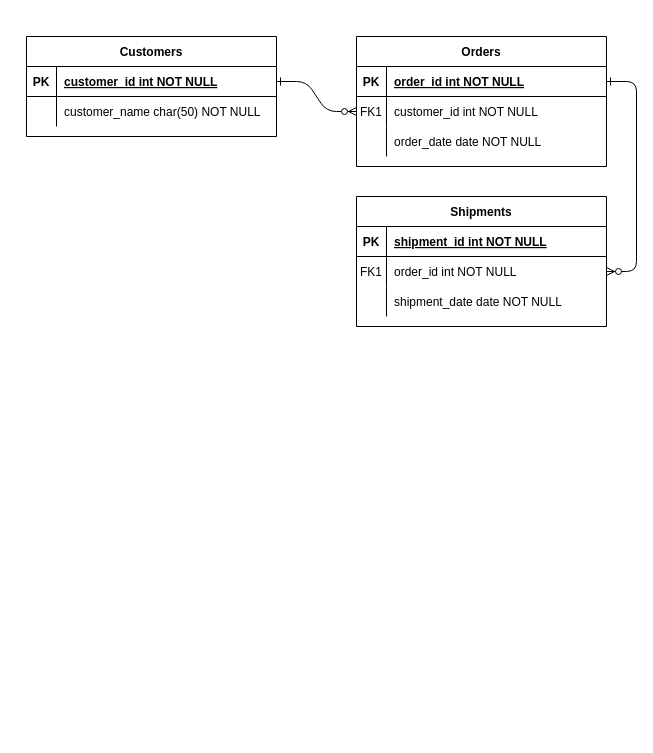
Earlier version of the draw.io diagram juragan-diagram.drawio (nugrahaas/juragan-angkot). Source tidied: cells renumbered, new cells numbered last; positions are measured from the earlier drawing's top-left corner, leaving out a move shared by most shapes. Both pictures are drawn from the tidied source at 100%, with x=0, y=0 at pixel (26, 36).
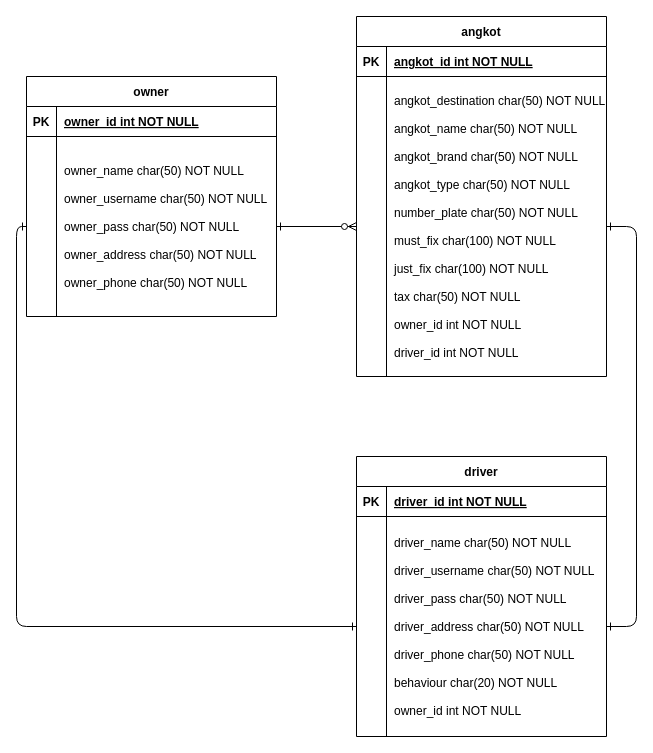
After the change.

The change refers to these unchanged cells:
```xml
<mxCell id="5" style="shape=partialRectangle;fillColor=none;points=[[0,0.5],[1,0.5]];portConstraint=eastwest;top=0;left=0;right=0;bottom=1;" parent="4" vertex="1">
  <mxGeometry y="30" width="250" height="30" as="geometry" />
</mxCell>
<mxCell id="15" style="shape=partialRectangle;fillColor=none;top=0;left=0;right=0;bottom=1;" parent="14" vertex="1">
  <mxGeometry y="30" width="250" height="30" as="geometry" />
</mxCell>
<mxCell id="25" style="shape=partialRectangle;fillColor=none;points=[[0,0.5],[1,0.5]];portConstraint=eastwest;top=0;left=0;right=0;bottom=1;" parent="24" vertex="1">
  <mxGeometry y="30" width="250" height="30" as="geometry" />
</mxCell>
```

What changed in the source:
```diff
@@
-    <mxCell id="2" style="edgeStyle=entityRelationEdgeStyle;endArrow=ERzeroToMany;startArrow=ERone;endFill=1;startFill=0;" parent="1" edge="1" source="25" target="8">
+    <mxCell id="2" style="endArrow=ERzeroToMany;startArrow=ERone;endFill=1;startFill=0;exitX=1;exitY=0.5;exitDx=0;exitDy=0;entryX=0;entryY=0.5;entryDx=0;entryDy=0;" parent="1" edge="1" source="28" target="8">
       <mxGeometry relative="1" as="geometry" />
     </mxCell>
-    <mxCell id="3" style="edgeStyle=entityRelationEdgeStyle;endArrow=ERzeroToMany;startArrow=ERone;endFill=1;startFill=0;" parent="1" edge="1" source="5" target="18">
+    <mxCell id="3" style="edgeStyle=entityRelationEdgeStyle;endArrow=ERone;startArrow=ERone;endFill=0;startFill=0;exitX=1;exitY=0.5;exitDx=0;exitDy=0;entryX=1;entryY=0.5;entryDx=0;entryDy=0;" parent="1" edge="1" source="8" target="18">
       <mxGeometry relative="1" as="geometry" />
     </mxCell>
-    <mxCell id="4" value="Orders" style="shape=table;startSize=30;childLayout=tableLayout;rowLines=0;fontStyle=1;align=center;" parent="1" vertex="1">
-      <mxGeometry x="330" width="250" height="130" as="geometry" />
+    <mxCell id="4" value="angkot" style="shape=table;startSize=30;childLayout=tableLayout;rowLines=0;fontStyle=1;align=center;" parent="1" vertex="1">
+      <mxGeometry x="330" y="-20" width="250" height="360" as="geometry" />
     </mxCell>
@@
-    <mxCell id="7" value="order_id int NOT NULL " style="shape=partialRectangle;overflow=hidden;fillColor=none;top=0;left=0;bottom=0;right=0;align=left;spacingLeft=6;fontStyle=5;" parent="5" vertex="1">
+    <mxCell id="7" value="angkot_id int NOT NULL " style="shape=partialRectangle;overflow=hidden;fillColor=none;top=0;left=0;bottom=0;right=0;align=left;spacingLeft=6;fontStyle=5;" parent="5" vertex="1">
       <mxGeometry x="30" width="220" height="30" as="geometry" />
     </mxCell>
     <mxCell id="8" style="shape=partialRectangle;fillColor=none;points=[[0,0.5],[1,0.5]];portConstraint=eastwest;top=0;left=0;right=0;bottom=0;" parent="4" vertex="1">
-      <mxGeometry y="60" width="250" height="30" as="geometry" />
+      <mxGeometry y="60" width="250" height="300" as="geometry" />
     </mxCell>
-    <mxCell id="9" value="FK1" style="shape=partialRectangle;overflow=hidden;fillColor=none;top=0;left=0;bottom=0;right=0;" parent="8" vertex="1">
-      <mxGeometry width="30" height="30" as="geometry" />
+    <mxCell id="9" style="shape=partialRectangle;overflow=hidden;fillColor=none;top=0;left=0;bottom=0;right=0;" parent="8" vertex="1">
+      <mxGeometry width="30" height="300" as="geometry" />
     </mxCell>
-    <mxCell id="10" value="customer_id int NOT NULL" style="shape=partialRectangle;overflow=hidden;fillColor=none;top=0;left=0;bottom=0;right=0;align=left;spacingLeft=6;" parent="8" vertex="1">
-      <mxGeometry x="30" width="220" height="30" as="geometry" />
+    <mxCell id="10" value="angkot_destination char(50) NOT NULL&#10;&#10;angkot_name char(50) NOT NULL&#10;&#10;angkot_brand char(50) NOT NULL&#10;&#10;angkot_type char(50) NOT NULL&#10;&#10;number_plate char(50) NOT NULL&#10;&#10;must_fix char(100) NOT NULL&#10;&#10;just_fix char(100) NOT NULL&#10;&#10;tax char(50) NOT NULL&#10;&#10;owner_id int NOT NULL&#10;&#10;driver_id int NOT NULL" style="shape=partialRectangle;overflow=hidden;fillColor=none;top=0;left=0;bottom=0;right=0;align=left;spacingLeft=6;" parent="8" vertex="1">
+      <mxGeometry x="30" width="220" height="300" as="geometry" />
     </mxCell>
-    <mxCell id="11" style="shape=partialRectangle;fillColor=none;top=0;left=0;right=0;bottom=0;" parent="4" vertex="1">
-      <mxGeometry y="90" width="250" height="30" as="geometry" />
-    </mxCell>
-    <mxCell id="12" style="shape=partialRectangle;overflow=hidden;fillColor=none;top=0;left=0;bottom=0;right=0;" parent="11" vertex="1">
-      <mxGeometry width="30" height="30" as="geometry" />
-    </mxCell>
-    <mxCell id="13" value="order_date date NOT NULL" style="shape=partialRectangle;overflow=hidden;fillColor=none;top=0;left=0;bottom=0;right=0;align=left;spacingLeft=6;" parent="11" vertex="1">
-      <mxGeometry x="30" width="220" height="30" as="geometry" />
-    </mxCell>
-    <mxCell id="14" value="Shipments" style="shape=table;startSize=30;childLayout=tableLayout;rowLines=0;fontStyle=1;align=center;" parent="1" vertex="1">
-      <mxGeometry x="330" y="160" width="250" height="130" as="geometry" />
+    <mxCell id="14" value="driver" style="shape=table;startSize=30;childLayout=tableLayout;rowLines=0;fontStyle=1;align=center;" parent="1" vertex="1">
+      <mxGeometry x="330" y="420" width="250" height="280" as="geometry" />
     </mxCell>
@@
-    <mxCell id="17" value="shipment_id int NOT NULL " style="shape=partialRectangle;overflow=hidden;fillColor=none;top=0;left=0;bottom=0;right=0;align=left;spacingLeft=6;fontStyle=5;" parent="15" vertex="1">
+    <mxCell id="17" value="driver_id int NOT NULL " style="shape=partialRectangle;overflow=hidden;fillColor=none;top=0;left=0;bottom=0;right=0;align=left;spacingLeft=6;fontStyle=5;" parent="15" vertex="1">
       <mxGeometry x="30" width="220" height="30" as="geometry" />
     </mxCell>
     <mxCell id="18" style="shape=partialRectangle;fillColor=none;points=[[0,0.5],[1,0.5]];portConstraint=eastwest;top=0;left=0;right=0;bottom=0;" parent="14" vertex="1">
-      <mxGeometry y="60" width="250" height="30" as="geometry" />
+      <mxGeometry y="60" width="250" height="220" as="geometry" />
     </mxCell>
-    <mxCell id="19" value="FK1" style="shape=partialRectangle;overflow=hidden;fillColor=none;top=0;left=0;bottom=0;right=0;" parent="18" vertex="1">
-      <mxGeometry width="30" height="30" as="geometry" />
+    <mxCell id="19" style="shape=partialRectangle;overflow=hidden;fillColor=none;top=0;left=0;bottom=0;right=0;" parent="18" vertex="1">
+      <mxGeometry width="30" height="220" as="geometry" />
     </mxCell>
-    <mxCell id="20" value="order_id int NOT NULL" style="shape=partialRectangle;overflow=hidden;fillColor=none;top=0;left=0;bottom=0;right=0;align=left;spacingLeft=6;" parent="18" vertex="1">
-      <mxGeometry x="30" width="220" height="30" as="geometry" />
+    <mxCell id="20" value="driver_name char(50) NOT NULL&#10;&#10;driver_username char(50) NOT NULL&#10;&#10;driver_pass char(50) NOT NULL&#10;&#10;driver_address char(50) NOT NULL&#10;&#10;driver_phone char(50) NOT NULL&#10;&#10;behaviour char(20) NOT NULL&#10;&#10;owner_id int NOT NULL" style="shape=partialRectangle;overflow=hidden;fillColor=none;top=0;left=0;bottom=0;right=0;align=left;spacingLeft=6;" parent="18" vertex="1">
+      <mxGeometry x="30" width="220" height="220" as="geometry" />
     </mxCell>
-    <mxCell id="21" style="shape=partialRectangle;fillColor=none;top=0;left=0;right=0;bottom=0;" parent="14" vertex="1">
-      <mxGeometry y="90" width="250" height="30" as="geometry" />
-    </mxCell>
-    <mxCell id="22" style="shape=partialRectangle;overflow=hidden;fillColor=none;top=0;left=0;bottom=0;right=0;" parent="21" vertex="1">
-      <mxGeometry width="30" height="30" as="geometry" />
-    </mxCell>
-    <mxCell id="23" value="shipment_date date NOT NULL" style="shape=partialRectangle;overflow=hidden;fillColor=none;top=0;left=0;bottom=0;right=0;align=left;spacingLeft=6;" parent="21" vertex="1">
-      <mxGeometry x="30" width="220" height="30" as="geometry" />
-    </mxCell>
-    <mxCell id="24" value="Customers" style="shape=table;startSize=30;childLayout=tableLayout;rowLines=0;fontStyle=1;align=center;" parent="1" vertex="1">
-      <mxGeometry width="250" height="100" as="geometry" />
+    <mxCell id="24" value="owner" style="shape=table;startSize=30;childLayout=tableLayout;rowLines=0;fontStyle=1;align=center;" parent="1" vertex="1">
+      <mxGeometry y="40" width="250" height="240" as="geometry" />
     </mxCell>
@@
-    <mxCell id="27" value="customer_id int NOT NULL " style="shape=partialRectangle;overflow=hidden;fillColor=none;top=0;left=0;bottom=0;right=0;align=left;spacingLeft=6;fontStyle=5;" parent="25" vertex="1">
+    <mxCell id="27" value="owner_id int NOT NULL " style="shape=partialRectangle;overflow=hidden;fillColor=none;top=0;left=0;bottom=0;right=0;align=left;spacingLeft=6;fontStyle=5;" parent="25" vertex="1">
       <mxGeometry x="30" width="220" height="30" as="geometry" />
     </mxCell>
     <mxCell id="28" style="shape=partialRectangle;fillColor=none;points=[[0,0.5],[1,0.5]];portConstraint=eastwest;top=0;left=0;right=0;bottom=0;" parent="24" vertex="1">
-      <mxGeometry y="60" width="250" height="30" as="geometry" />
+      <mxGeometry y="60" width="250" height="180" as="geometry" />
     </mxCell>
     <mxCell id="29" style="shape=partialRectangle;overflow=hidden;fillColor=none;top=0;left=0;bottom=0;right=0;" parent="28" vertex="1">
-      <mxGeometry width="30" height="30" as="geometry" />
+      <mxGeometry width="30" height="180" as="geometry" />
     </mxCell>
-    <mxCell id="30" value="customer_name char(50) NOT NULL" style="shape=partialRectangle;overflow=hidden;fillColor=none;top=0;left=0;bottom=0;right=0;align=left;spacingLeft=6;" parent="28" vertex="1">
-      <mxGeometry x="30" width="220" height="30" as="geometry" />
+    <mxCell id="30" value="owner_name char(50) NOT NULL&#10;&#10;owner_username char(50) NOT NULL&#10;&#10;owner_pass char(50) NOT NULL&#10;&#10;owner_address char(50) NOT NULL&#10;&#10;owner_phone char(50) NOT NULL" style="shape=partialRectangle;overflow=hidden;fillColor=none;top=0;left=0;bottom=0;right=0;align=left;spacingLeft=6;" parent="28" vertex="1">
+      <mxGeometry x="30" width="220" height="180" as="geometry" />
     </mxCell>
+    <mxCell id="31" style="edgeStyle=orthogonalEdgeStyle;endArrow=ERone;startArrow=ERone;endFill=0;startFill=0;exitX=0;exitY=0.5;exitDx=0;exitDy=0;entryX=0;entryY=0.5;entryDx=0;entryDy=0;" parent="1" edge="1" source="18" target="28">
+      <mxGeometry relative="1" as="geometry" />
+    </mxCell>
```
